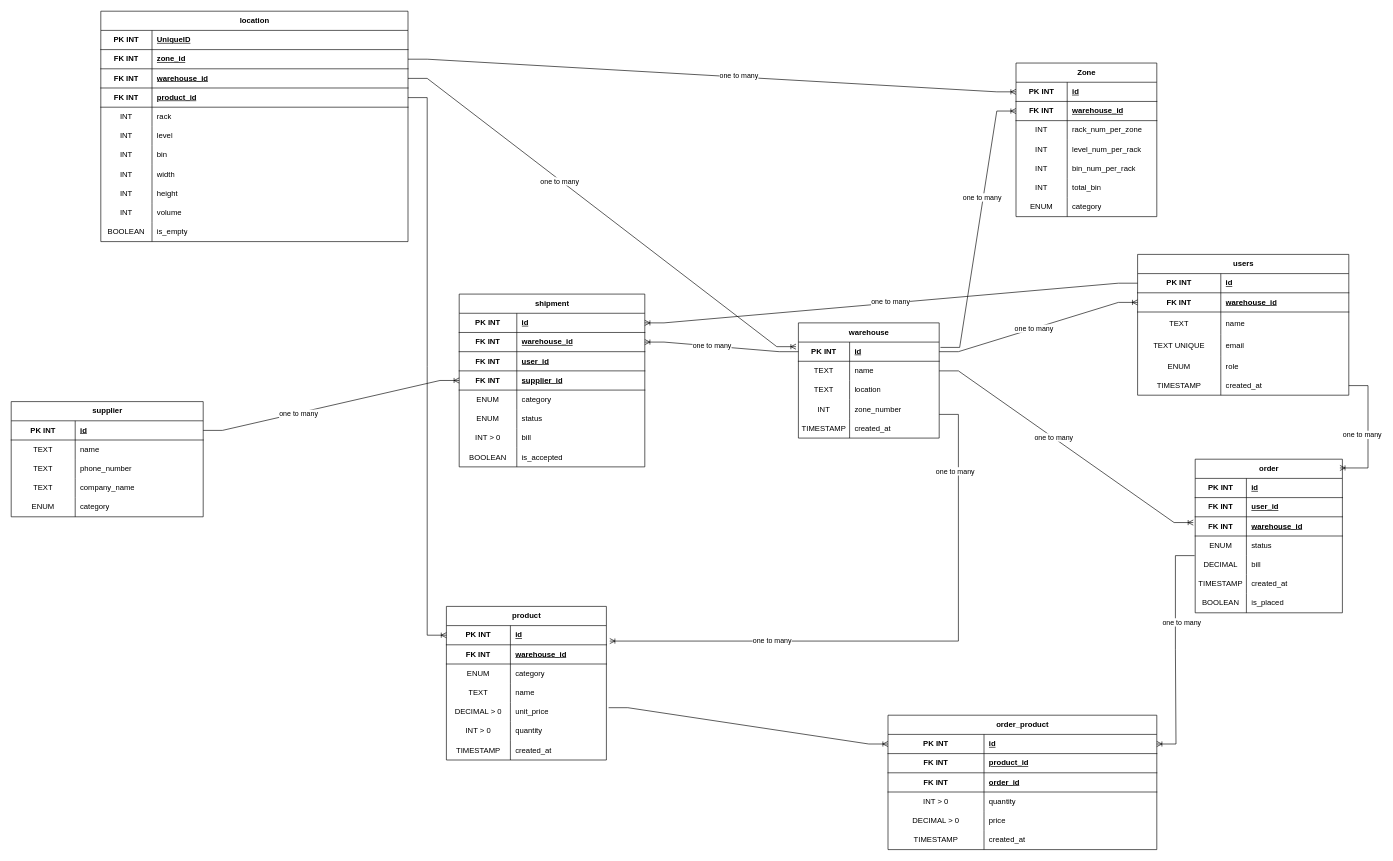
The draw.io diagram Untitled Diagram.drawio in Abdulrahman-Alkafri/git_course, before the edit. Source tidied: cells renumbered, new cells numbered last; positions are measured from the earlier drawing's top-left corner, leaving out a move shared by most shapes. Both pictures are drawn from the tidied source at 64%, with x=0, y=0 at pixel (11, 11).
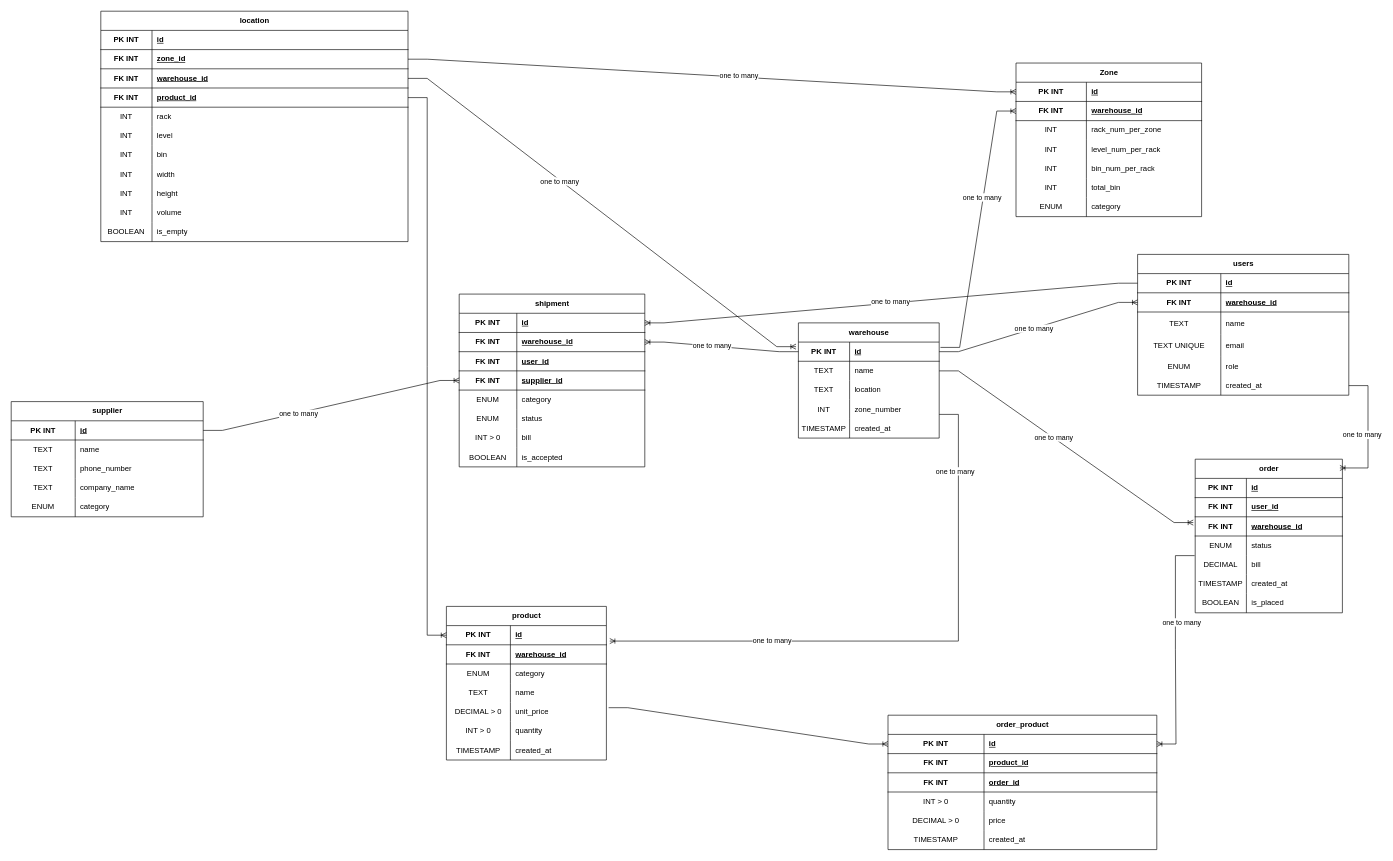
After the change.

The change refers to these unchanged cells:
```xml
<mxCell id="184" style="shape=tableRow;horizontal=0;startSize=0;swimlaneHead=0;swimlaneBody=0;fillColor=none;top=0;left=0;right=0;bottom=1;" parent="183" vertex="1">
  <mxGeometry y="30" width="480" height="30" as="geometry" />
</mxCell>
```

The edit, as a diff of the source:
```diff
@@
     <mxCell id="160" value="Zone" style="shape=table;startSize=30;childLayout=tableLayout;rowLines=0;fontStyle=1;align=center;html=1;" parent="1" vertex="1">
-      <mxGeometry x="1570" y="81" width="220" height="240" as="geometry" />
+      <mxGeometry x="1570" y="81" width="290" height="240" as="geometry" />
     </mxCell>
     <mxCell id="161" style="shape=tableRow;horizontal=0;startSize=0;swimlaneHead=0;swimlaneBody=0;fillColor=none;points=[[0,0.5],[1,0.5]];portConstraint=eastwest;top=0;left=0;right=0;bottom=1;" parent="160" vertex="1">
-      <mxGeometry y="30" width="220" height="30" as="geometry" />
+      <mxGeometry y="30" width="290" height="30" as="geometry" />
     </mxCell>
     <mxCell id="162" value="PK INT" style="shape=partialRectangle;fillColor=none;top=0;left=0;bottom=0;right=0;fontStyle=1;overflow=hidden;whiteSpace=wrap;html=1;" parent="161" vertex="1">
-      <mxGeometry width="80" height="30" as="geometry" />
+      <mxGeometry width="110" height="30" as="geometry" />
     </mxCell>
     <mxCell id="163" value="id" style="shape=partialRectangle;fillColor=none;top=0;left=0;bottom=0;right=0;align=left;spacingLeft=6;fontStyle=5;overflow=hidden;whiteSpace=wrap;html=1;" parent="161" vertex="1">
-      <mxGeometry x="80" width="140" height="30" as="geometry" />
+      <mxGeometry x="110" width="180" height="30" as="geometry" />
     </mxCell>
     <mxCell id="164" style="shape=tableRow;horizontal=0;startSize=0;swimlaneHead=0;swimlaneBody=0;fillColor=none;points=[[0,0.5],[1,0.5]];portConstraint=eastwest;top=0;left=0;right=0;bottom=1;" parent="160" vertex="1">
-      <mxGeometry y="60" width="220" height="30" as="geometry" />
+      <mxGeometry y="60" width="290" height="30" as="geometry" />
     </mxCell>
     <mxCell id="165" value="FK INT" style="shape=partialRectangle;fillColor=none;top=0;left=0;bottom=0;right=0;fontStyle=1;overflow=hidden;whiteSpace=wrap;html=1;" parent="164" vertex="1">
-      <mxGeometry width="80" height="30" as="geometry" />
+      <mxGeometry width="110" height="30" as="geometry" />
     </mxCell>
     <mxCell id="166" value="warehouse_id" style="shape=partialRectangle;fillColor=none;top=0;left=0;bottom=0;right=0;align=left;spacingLeft=6;fontStyle=5;overflow=hidden;whiteSpace=wrap;html=1;" parent="164" vertex="1">
-      <mxGeometry x="80" width="140" height="30" as="geometry" />
+      <mxGeometry x="110" width="180" height="30" as="geometry" />
     </mxCell>
     <mxCell id="167" style="shape=tableRow;horizontal=0;startSize=0;swimlaneHead=0;swimlaneBody=0;fillColor=none;top=0;left=0;right=0;bottom=0;" parent="160" vertex="1">
-      <mxGeometry y="90" width="220" height="30" as="geometry" />
+      <mxGeometry y="90" width="290" height="30" as="geometry" />
     </mxCell>
     <mxCell id="168" value="INT" style="shape=partialRectangle;fillColor=none;top=0;left=0;bottom=0;right=0;overflow=hidden;whiteSpace=wrap;html=1;" parent="167" vertex="1">
-      <mxGeometry width="80" height="30" as="geometry" />
+      <mxGeometry width="110" height="30" as="geometry" />
     </mxCell>
     <mxCell id="169" value="rack_num_per_zone" style="shape=partialRectangle;fillColor=none;top=0;left=0;bottom=0;right=0;align=left;spacingLeft=6;overflow=hidden;whiteSpace=wrap;html=1;" parent="167" vertex="1">
-      <mxGeometry x="80" width="140" height="30" as="geometry" />
+      <mxGeometry x="110" width="180" height="30" as="geometry" />
     </mxCell>
     <mxCell id="170" style="shape=tableRow;horizontal=0;startSize=0;swimlaneHead=0;swimlaneBody=0;fillColor=none;top=0;left=0;right=0;bottom=0;" parent="160" vertex="1">
-      <mxGeometry y="120" width="220" height="30" as="geometry" />
+      <mxGeometry y="120" width="290" height="30" as="geometry" />
     </mxCell>
     <mxCell id="171" value="INT" style="shape=partialRectangle;fillColor=none;top=0;left=0;bottom=0;right=0;overflow=hidden;whiteSpace=wrap;html=1;" parent="170" vertex="1">
-      <mxGeometry width="80" height="30" as="geometry" />
+      <mxGeometry width="110" height="30" as="geometry" />
     </mxCell>
     <mxCell id="172" value="level_num_per_rack" style="shape=partialRectangle;fillColor=none;top=0;left=0;bottom=0;right=0;align=left;spacingLeft=6;overflow=hidden;whiteSpace=wrap;html=1;" parent="170" vertex="1">
-      <mxGeometry x="80" width="140" height="30" as="geometry" />
+      <mxGeometry x="110" width="180" height="30" as="geometry" />
     </mxCell>
     <mxCell id="173" style="shape=tableRow;horizontal=0;startSize=0;swimlaneHead=0;swimlaneBody=0;fillColor=none;top=0;left=0;right=0;bottom=0;" parent="160" vertex="1">
-      <mxGeometry y="150" width="220" height="30" as="geometry" />
+      <mxGeometry y="150" width="290" height="30" as="geometry" />
     </mxCell>
     <mxCell id="174" value="INT" style="shape=partialRectangle;fillColor=none;top=0;left=0;bottom=0;right=0;overflow=hidden;whiteSpace=wrap;html=1;" parent="173" vertex="1">
-      <mxGeometry width="80" height="30" as="geometry" />
+      <mxGeometry width="110" height="30" as="geometry" />
     </mxCell>
     <mxCell id="175" value="bin_num_per_rack" style="shape=partialRectangle;fillColor=none;top=0;left=0;bottom=0;right=0;align=left;spacingLeft=6;overflow=hidden;whiteSpace=wrap;html=1;" parent="173" vertex="1">
-      <mxGeometry x="80" width="140" height="30" as="geometry" />
+      <mxGeometry x="110" width="180" height="30" as="geometry" />
     </mxCell>
     <mxCell id="176" style="shape=tableRow;horizontal=0;startSize=0;swimlaneHead=0;swimlaneBody=0;fillColor=none;top=0;left=0;right=0;bottom=0;" parent="160" vertex="1">
-      <mxGeometry y="180" width="220" height="30" as="geometry" />
+      <mxGeometry y="180" width="290" height="30" as="geometry" />
     </mxCell>
     <mxCell id="177" value="INT" style="shape=partialRectangle;fillColor=none;top=0;left=0;bottom=0;right=0;overflow=hidden;whiteSpace=wrap;html=1;" parent="176" vertex="1">
-      <mxGeometry width="80" height="30" as="geometry" />
+      <mxGeometry width="110" height="30" as="geometry" />
     </mxCell>
     <mxCell id="178" value="total_bin" style="shape=partialRectangle;fillColor=none;top=0;left=0;bottom=0;right=0;align=left;spacingLeft=6;overflow=hidden;whiteSpace=wrap;html=1;" parent="176" vertex="1">
-      <mxGeometry x="80" width="140" height="30" as="geometry" />
+      <mxGeometry x="110" width="180" height="30" as="geometry" />
     </mxCell>
     <mxCell id="179" style="shape=tableRow;horizontal=0;startSize=0;swimlaneHead=0;swimlaneBody=0;fillColor=none;top=0;left=0;right=0;bottom=0;" parent="160" vertex="1">
-      <mxGeometry y="210" width="220" height="30" as="geometry" />
+      <mxGeometry y="210" width="290" height="30" as="geometry" />
     </mxCell>
     <mxCell id="180" value="ENUM" style="shape=partialRectangle;fillColor=none;top=0;left=0;bottom=0;right=0;overflow=hidden;whiteSpace=wrap;html=1;" parent="179" vertex="1">
-      <mxGeometry width="80" height="30" as="geometry" />
+      <mxGeometry width="110" height="30" as="geometry" />
     </mxCell>
     <mxCell id="181" value="category" style="shape=partialRectangle;fillColor=none;top=0;left=0;bottom=0;right=0;align=left;spacingLeft=6;overflow=hidden;whiteSpace=wrap;html=1;" parent="179" vertex="1">
-      <mxGeometry x="80" width="140" height="30" as="geometry" />
+      <mxGeometry x="110" width="180" height="30" as="geometry" />
     </mxCell>
@@
-    <mxCell id="186" value="UniqueID" style="shape=partialRectangle;fillColor=none;top=0;left=0;bottom=0;right=0;align=left;spacingLeft=6;fontStyle=5;overflow=hidden;whiteSpace=wrap;html=1;" parent="184" vertex="1">
+    <mxCell id="186" value="id" style="shape=partialRectangle;fillColor=none;top=0;left=0;bottom=0;right=0;align=left;spacingLeft=6;fontStyle=5;overflow=hidden;whiteSpace=wrap;html=1;" parent="184" vertex="1">
       <mxGeometry x="80" width="400" height="30" as="geometry" />
     </mxCell>
```
